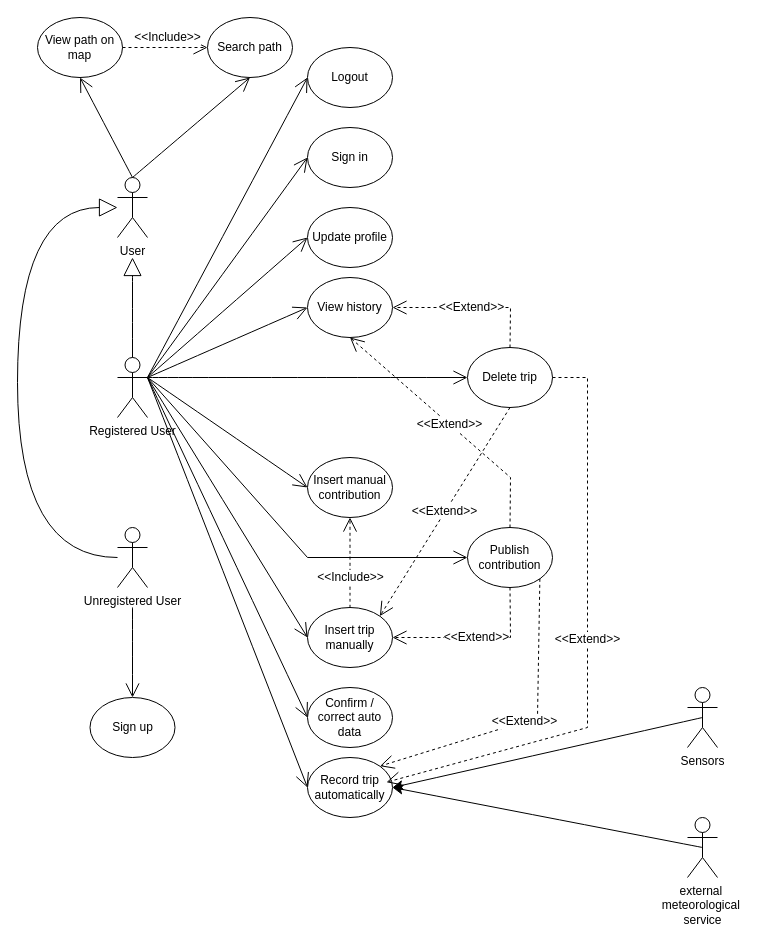
Before: RASD/Version1.0/images/use_case_diagram.drawio in Francesco2035/RavelliRausaPoggi, a draw.io diagram. Source tidied: cells renumbered, new cells numbered last; positions are measured from the earlier drawing's top-left corner, leaving out a move shared by most shapes. Both pictures are drawn from the tidied source at 100%, with x=0, y=0 at pixel (17, 17).
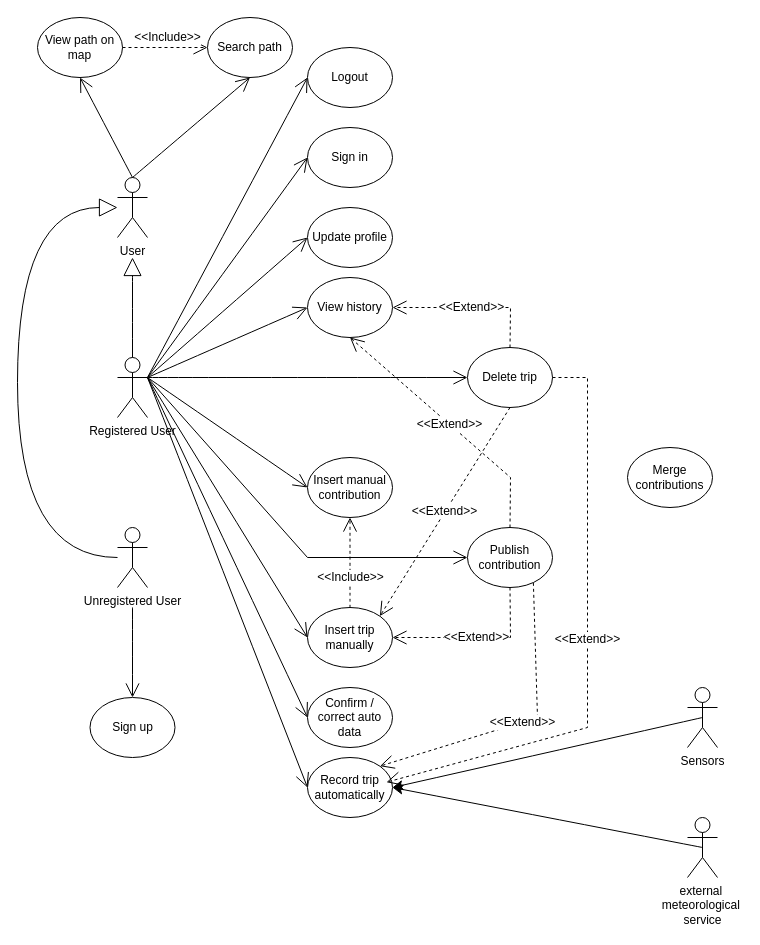
The same page after the edit.

Unchanged cells that the change refers to:
```xml
<mxCell id="12" value="Publish contribution" style="ellipse;whiteSpace=wrap;html=1;" parent="1" vertex="1">
  <mxGeometry x="450" y="510" width="85" height="60" as="geometry" />
</mxCell>
<mxCell id="19" value="Record trip automatically" style="ellipse;whiteSpace=wrap;html=1;" parent="1" vertex="1">
  <mxGeometry x="290" y="740" width="85" height="60" as="geometry" />
</mxCell>
```

What changed in the source:
```diff
@@
-    <mxCell id="37" value="&amp;lt;&amp;lt;Extend&amp;gt;&amp;gt;" style="endArrow=open;endSize=12;dashed=1;html=1;rounded=0;fontSize=12;exitX=1;exitY=1;exitDx=0;exitDy=0;entryX=1;entryY=0;entryDx=0;entryDy=0;" parent="1" edge="1" source="12" target="19">
+    <mxCell id="37" value="&amp;lt;&amp;lt;Extend&amp;gt;&amp;gt;" style="endArrow=open;endSize=12;dashed=1;html=1;rounded=0;fontSize=12;exitX=0.775;exitY=0.922;exitDx=0;exitDy=0;entryX=1;entryY=0;entryDx=0;entryDy=0;exitPerimeter=0;" parent="1" edge="1" source="12" target="19">
       <mxGeometry relative="1" as="geometry">
         <Array as="points">
           <mxPoint x="520" y="700" />
         </Array>
       </mxGeometry>
     </mxCell>
@@
+    <mxCell id="45" value="Merge contributions" style="ellipse;whiteSpace=wrap;html=1;" parent="1" vertex="1">
+      <mxGeometry x="610" y="430" width="85" height="60" as="geometry" />
+    </mxCell>
```
